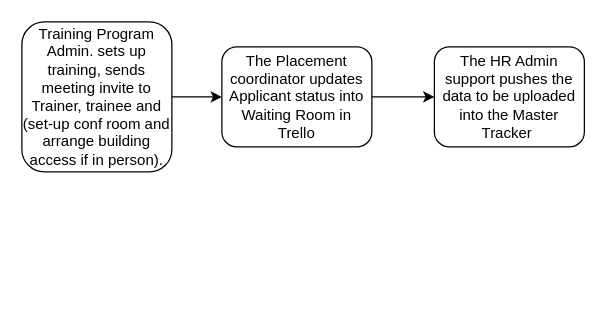
MatzKing/share-course keeps this draw.io diagram as Training Diagram.drawio. Above is the earlier version. Source tidied: cells renumbered, new cells numbered last; positions are measured from the earlier drawing's top-left corner, leaving out a move shared by most shapes. Both pictures are drawn from the tidied source at 125%, with x=0, y=0 at pixel (21, 21).
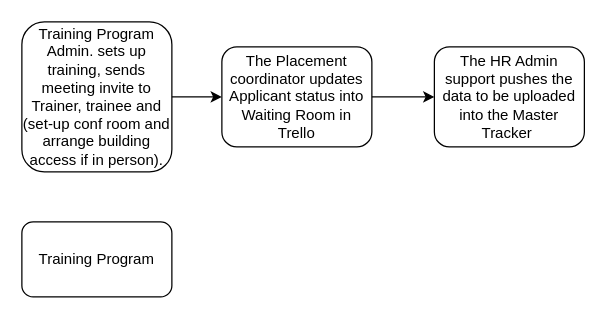
The same diagram, later.

Change to the diagram source:
```diff
@@
 <mxGraphModel>
   <root>
     <mxCell id="0" />
     <mxCell id="1" parent="0" />
     <mxCell id="2" value="Training Program Admin. sets up training, sends meeting invite to Trainer, trainee and (set-up conf room and arrange building access if in person)." style="rounded=1;whiteSpace=wrap;html=1;" parent="1" vertex="1">
       <mxGeometry width="120" height="120" as="geometry" />
     </mxCell>
     <mxCell id="3" style="endArrow=classic;html=1;" parent="1" edge="1">
       <mxGeometry relative="1" as="geometry">
         <mxPoint x="120" y="60" as="sourcePoint" />
         <mxPoint x="160" y="60" as="targetPoint" />
       </mxGeometry>
     </mxCell>
     <mxCell id="4" value="The Placement coordinator updates Applicant status into Waiting Room in Trello" style="rounded=1;whiteSpace=wrap;html=1;" parent="1" vertex="1">
       <mxGeometry x="160" y="20" width="120" height="80" as="geometry" />
     </mxCell>
     <mxCell id="5" style="endArrow=classic;html=1;exitX=1;exitY=0.5;exitDx=0;exitDy=0;" parent="1" edge="1" source="4">
       <mxGeometry relative="1" as="geometry">
         <mxPoint x="330" y="60" as="targetPoint" />
       </mxGeometry>
     </mxCell>
     <mxCell id="6" value="The HR Admin support pushes the data to be uploaded into the Master Tracker&amp;nbsp;" style="rounded=1;whiteSpace=wrap;html=1;" parent="1" vertex="1">
       <mxGeometry x="330" y="20" width="120" height="80" as="geometry" />
     </mxCell>
+    <mxCell id="7" value="Training Program" style="rounded=1;whiteSpace=wrap;html=1;" parent="1" vertex="1">
+      <mxGeometry y="160" width="120" height="60" as="geometry" />
+    </mxCell>
   </root>
 </mxGraphModel>
```
